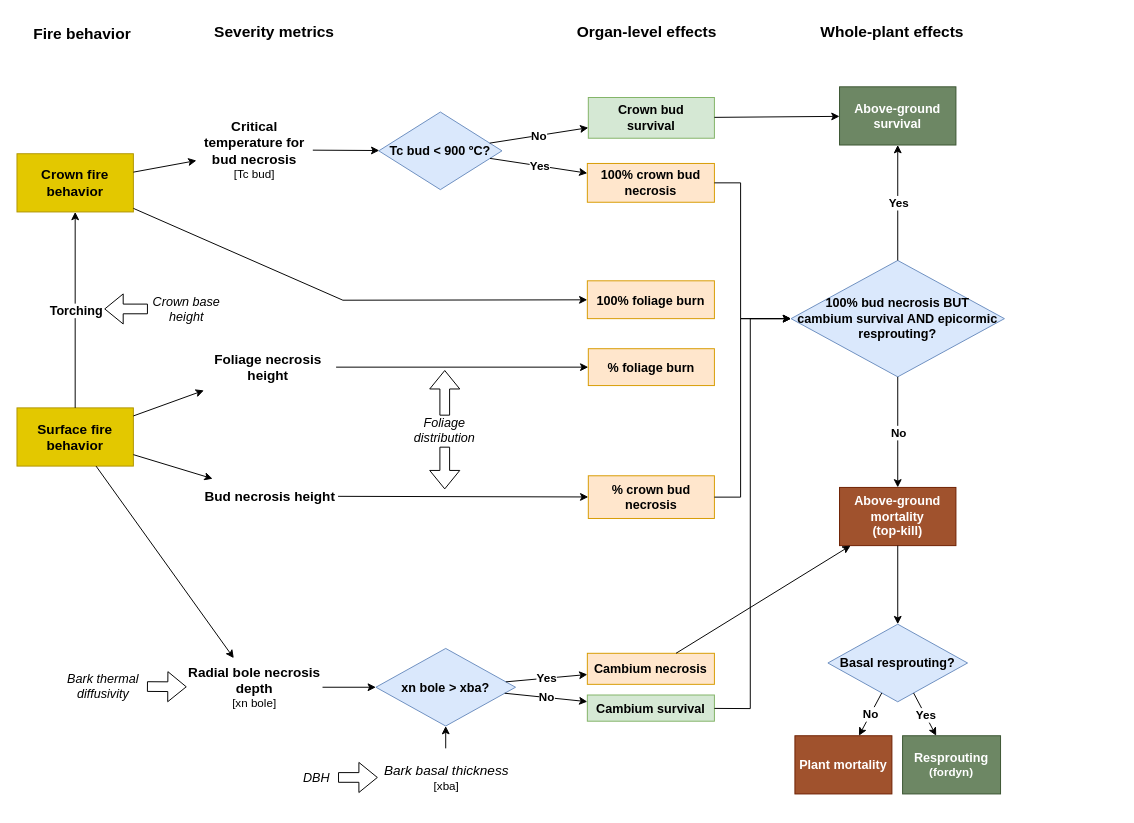
Before: figures/FireSeverity.drawio in emf-creaf/medfatebook, a draw.io diagram. Source tidied: cells renumbered, new cells numbered last; positions are measured from the earlier drawing's top-left corner, leaving out a move shared by most shapes. Both pictures are drawn from the tidied source at 97%, with x=0, y=0 at pixel (16, 16).
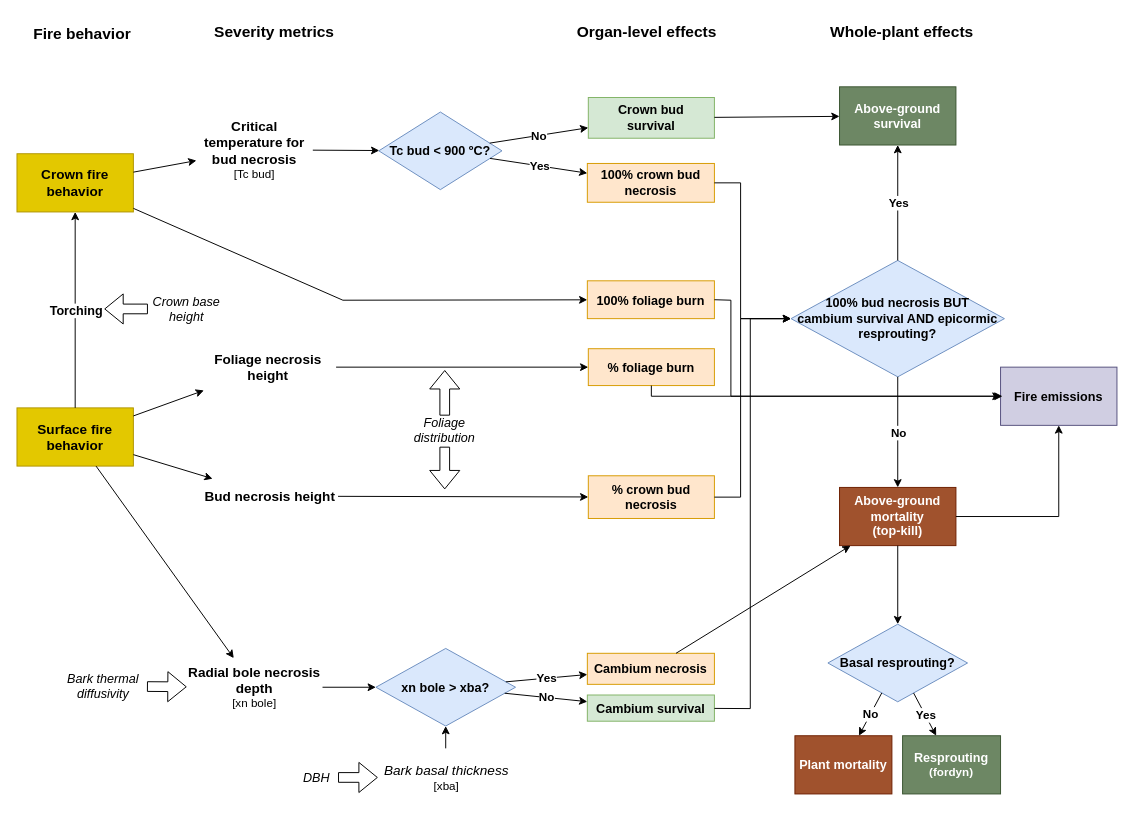
Above is the later version.

The change refers to these unchanged cells:
```xml
<mxCell id="10" value="&lt;div&gt;&lt;b&gt;&lt;font style=&quot;font-size: 13px;&quot;&gt;100% foliage burn&lt;/font&gt;&lt;/b&gt;&lt;/div&gt;" style="rounded=0;whiteSpace=wrap;html=1;fillColor=#ffe6cc;strokeColor=#d79b00;" parent="1" vertex="1">
  <mxGeometry x="588" y="272" width="131" height="39" as="geometry" />
</mxCell>
<mxCell id="17" value="&lt;div&gt;&lt;b&gt;&lt;font style=&quot;font-size: 13px;&quot;&gt;% foliage burn&lt;/font&gt;&lt;/b&gt;&lt;/div&gt;" style="rounded=0;whiteSpace=wrap;html=1;fillColor=#ffe6cc;strokeColor=#d79b00;" parent="1" vertex="1">
  <mxGeometry x="589" y="342" width="130" height="38" as="geometry" />
</mxCell>
<mxCell id="40" value="&lt;div style=&quot;font-size: 13px;&quot;&gt;&lt;b&gt;&lt;font style=&quot;font-size: 13px;&quot;&gt;Above-ground&lt;/font&gt;&lt;/b&gt;&lt;/div&gt;&lt;div style=&quot;font-size: 13px;&quot;&gt;&lt;b&gt;&lt;font style=&quot;font-size: 13px;&quot;&gt;mortality&lt;/font&gt;&lt;/b&gt;&lt;br&gt;&lt;/div&gt;&lt;div style=&quot;font-size: 13px;&quot;&gt;&lt;b&gt;&lt;font style=&quot;font-size: 13px;&quot;&gt;(top-kill)&lt;/font&gt;&lt;/b&gt;&lt;/div&gt;" style="rounded=0;whiteSpace=wrap;html=1;fillColor=#a0522d;fontColor=#ffffff;strokeColor=#6D1F00;" parent="1" vertex="1">
  <mxGeometry x="848" y="485" width="120" height="60" as="geometry" />
</mxCell>
```

The edit, as a diff of the source:
```diff
@@
     <mxCell id="59" value="&lt;font style=&quot;&quot;&gt;&lt;b style=&quot;&quot;&gt;&lt;font style=&quot;font-size: 16px;&quot;&gt;Whole-plant effects&lt;/font&gt;&lt;br&gt;&lt;/b&gt;&lt;/font&gt;" style="text;html=1;align=center;verticalAlign=middle;strokeColor=none;fillColor=none;" parent="1" vertex="1">
-      <mxGeometry x="817" width="170" height="30" as="geometry" />
+      <mxGeometry x="827" width="170" height="30" as="geometry" />
     </mxCell>
@@
+    <mxCell id="71" value="&lt;div style=&quot;font-size: 13px;&quot;&gt;&lt;b&gt;Fire emissions&lt;/b&gt;&lt;/div&gt;" style="rounded=0;whiteSpace=wrap;html=1;fillColor=#d0cee2;strokeColor=#56517e;" parent="1" vertex="1">
+      <mxGeometry x="1014" y="361" width="120" height="60" as="geometry" />
+    </mxCell>
+    <mxCell id="72" style="endArrow=classic;html=1;rounded=0;exitX=1;exitY=0.5;exitDx=0;exitDy=0;entryX=0.5;entryY=1;entryDx=0;entryDy=0;" parent="1" edge="1" source="40" target="71">
+      <mxGeometry relative="1" as="geometry">
+        <Array as="points">
+          <mxPoint x="1074" y="515" />
+        </Array>
+      </mxGeometry>
+    </mxCell>
+    <mxCell id="73" style="endArrow=classic;html=1;rounded=0;exitX=1;exitY=0.5;exitDx=0;exitDy=0;entryX=0;entryY=0.5;entryDx=0;entryDy=0;" parent="1" edge="1" source="10" target="71">
+      <mxGeometry relative="1" as="geometry">
+        <Array as="points">
+          <mxPoint x="736" y="292" />
+          <mxPoint x="736" y="391" />
+        </Array>
+      </mxGeometry>
+    </mxCell>
+    <mxCell id="74" style="endArrow=classic;html=1;rounded=0;exitX=0.5;exitY=1;exitDx=0;exitDy=0;" parent="1" edge="1" source="17">
+      <mxGeometry relative="1" as="geometry">
+        <mxPoint x="1016" y="391" as="targetPoint" />
+        <Array as="points">
+          <mxPoint x="654" y="391" />
+          <mxPoint x="736" y="391" />
+        </Array>
+      </mxGeometry>
+    </mxCell>
```
